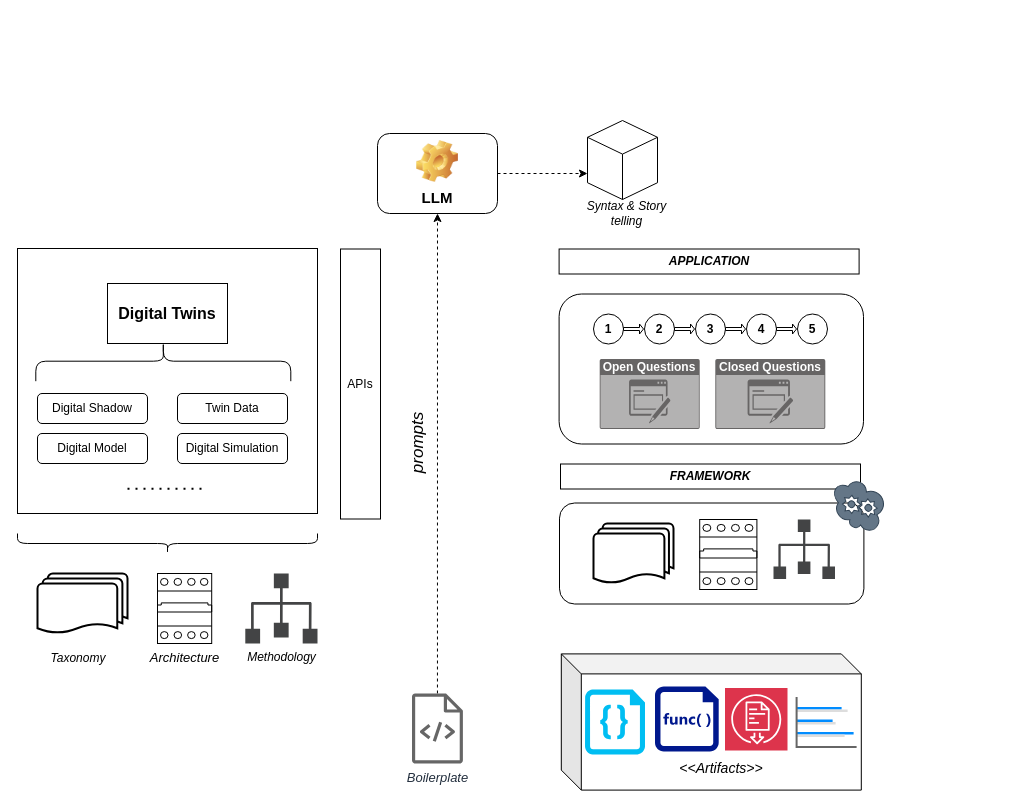
Before: drawio/mams/dd-twins/DDTwins_Architecture.drawio in scrodrig/Diagrams, a draw.io diagram. Source tidied: cells renumbered, new cells numbered last; positions are measured from the earlier drawing's top-left corner, leaving out a move shared by most shapes. Both pictures are drawn from the tidied source at 100%, with x=0, y=0 at pixel (17, 120).
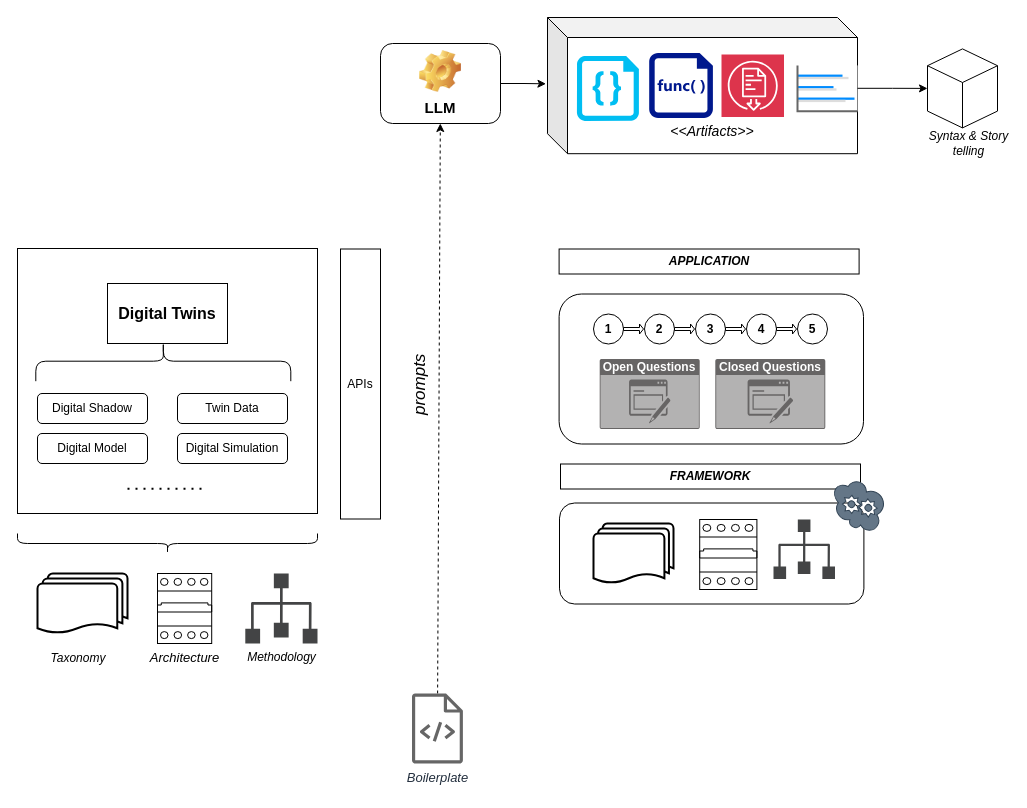
The same diagram, later.

Commit message:
Add artifacts to LLM

Change to the diagram source:
```diff
@@
-    <mxCell id="2" value="&lt;i&gt;&lt;br&gt;&lt;br&gt;&lt;br&gt;&lt;br&gt;&lt;br&gt;&lt;font style=&quot;font-size: 14px;&quot;&gt;&amp;lt;&amp;lt;Artifacts&amp;gt;&amp;gt;&lt;/font&gt;&lt;/i&gt;" style="shape=cube;whiteSpace=wrap;html=1;boundedLbl=1;backgroundOutline=1;darkOpacity=0.05;darkOpacity2=0.1;" parent="1" vertex="1">
-      <mxGeometry x="543.8" y="533.4" width="300" height="136.2" as="geometry" />
-    </mxCell>
@@
     <mxCell id="16" value="&lt;font style=&quot;font-size: 15px;&quot;&gt;LLM&lt;/font&gt;" style="label;whiteSpace=wrap;html=1;align=center;verticalAlign=bottom;spacingLeft=0;spacingBottom=4;imageAlign=center;imageVerticalAlign=top;image=img/clipart/Gear_128x128.png;" parent="1" vertex="1">
-      <mxGeometry x="360" y="13" width="120" height="80" as="geometry" />
+      <mxGeometry x="363" y="-77" width="120" height="80" as="geometry" />
     </mxCell>
@@
-    <mxCell id="22" style="endArrow=classic;html=1;rounded=0;exitX=1;exitY=0.5;exitDx=0;exitDy=0;dashed=1;" parent="1" edge="1" source="16">
-      <mxGeometry relative="1" as="geometry">
-        <mxPoint x="570" y="53" as="targetPoint" />
-      </mxGeometry>
-    </mxCell>
     <mxCell id="23" style="html=1;shape=mxgraph.basic.isocube;isoAngle=15;" parent="1" vertex="1">
-      <mxGeometry x="570" width="70" height="79" as="geometry" />
+      <mxGeometry x="910" y="-71.6" width="70" height="79" as="geometry" />
     </mxCell>
     <mxCell id="24" value="Syntax &amp;amp; Story telling" style="text;html=1;strokeColor=none;fillColor=none;align=center;verticalAlign=middle;whiteSpace=wrap;rounded=0;fontStyle=2;" parent="1" vertex="1">
-      <mxGeometry x="567.5" y="83" width="82.5" height="20" as="geometry" />
+      <mxGeometry x="910" y="13.2" width="82.5" height="20" as="geometry" />
     </mxCell>
@@
-    <mxCell id="45" style="verticalLabelPosition=bottom;html=1;verticalAlign=top;align=center;strokeColor=none;fillColor=#00BEF2;shape=mxgraph.azure.code_file;" parent="1" vertex="1">
-      <mxGeometry x="567.5" y="569" width="60" height="65" as="geometry" />
-    </mxCell>
-    <mxCell id="46" style="sketch=0;shadow=0;dashed=0;html=1;strokeColor=none;labelPosition=center;verticalLabelPosition=bottom;verticalAlign=top;align=center;fillColor=#00188D;shape=mxgraph.mscae.enterprise.code_file;" parent="1" vertex="1">
-      <mxGeometry x="637.5" y="566" width="63.7" height="65" as="geometry" />
-    </mxCell>
-    <mxCell id="47" style="sketch=0;fontColor=#232F3E;fillColor=#DD344C;strokeColor=#ffffff;dashed=0;verticalLabelPosition=bottom;verticalAlign=top;align=center;html=1;fontSize=12;fontStyle=0;shape=mxgraph.aws4.resourceIcon;resIcon=mxgraph.aws4.artifact;" parent="1" vertex="1">
-      <mxGeometry x="707.5" y="567.5" width="62.5" height="62.5" as="geometry" />
-    </mxCell>
-    <mxCell id="48" style="verticalLabelPosition=bottom;shadow=0;dashed=0;align=center;html=1;verticalAlign=top;strokeWidth=1;shape=mxgraph.mockup.graphics.barChart;strokeColor=none;strokeColor2=none;strokeColor3=#666666;fillColor2=#008cff;fillColor3=#dddddd;" parent="1" vertex="1">
-      <mxGeometry x="779.1" y="576.5" width="60" height="50" as="geometry" />
-    </mxCell>
+    <mxCell id="49" style="group;" parent="1" vertex="1">
+      <mxGeometry x="530" y="-103" width="320" height="136.2" as="geometry" />
+    </mxCell>
+    <mxCell id="2" value="&lt;i&gt;&lt;br&gt;&lt;br&gt;&lt;br&gt;&lt;br&gt;&lt;br&gt;&lt;font style=&quot;font-size: 14px;&quot;&gt;&amp;lt;&amp;lt;Artifacts&amp;gt;&amp;gt;&lt;/font&gt;&lt;/i&gt;" style="shape=cube;whiteSpace=wrap;html=1;boundedLbl=1;backgroundOutline=1;darkOpacity=0.05;darkOpacity2=0.1;" parent="49" vertex="1">
+      <mxGeometry width="310" height="136.2" as="geometry" />
+    </mxCell>
+    <mxCell id="50" style="verticalLabelPosition=bottom;html=1;verticalAlign=top;align=center;strokeColor=none;fillColor=#00BEF2;shape=mxgraph.azure.code_file;" parent="49" vertex="1">
+      <mxGeometry x="29.4" y="38.4" width="62" height="65" as="geometry" />
+    </mxCell>
+    <mxCell id="51" style="sketch=0;shadow=0;dashed=0;html=1;strokeColor=none;labelPosition=center;verticalLabelPosition=bottom;verticalAlign=top;align=center;fillColor=#00188D;shape=mxgraph.mscae.enterprise.code_file;" parent="49" vertex="1">
+      <mxGeometry x="101.7" y="35.4" width="63.7" height="65" as="geometry" />
+    </mxCell>
+    <mxCell id="52" style="sketch=0;fontColor=#232F3E;fillColor=#DD344C;strokeColor=#ffffff;dashed=0;verticalLabelPosition=bottom;verticalAlign=top;align=center;html=1;fontSize=12;fontStyle=0;shape=mxgraph.aws4.resourceIcon;resIcon=mxgraph.aws4.artifact;" parent="49" vertex="1">
+      <mxGeometry x="174" y="36.9" width="62.5" height="62.5" as="geometry" />
+    </mxCell>
+    <mxCell id="53" style="verticalLabelPosition=bottom;shadow=0;dashed=0;align=center;html=1;verticalAlign=top;strokeWidth=1;shape=mxgraph.mockup.graphics.barChart;strokeColor=none;strokeColor2=none;strokeColor3=#666666;fillColor2=#008cff;fillColor3=#dddddd;" parent="49" vertex="1">
+      <mxGeometry x="250" y="47.9" width="60" height="45.9" as="geometry" />
+    </mxCell>
+    <mxCell id="54" style="edgeStyle=orthogonalEdgeStyle;rounded=0;jettySize=auto;html=1;entryX=-0.005;entryY=0.487;entryDx=0;entryDy=0;entryPerimeter=0;" parent="1" edge="1" source="16" target="2">
+      <mxGeometry relative="1" as="geometry" />
+    </mxCell>
+    <mxCell id="55" style="edgeStyle=orthogonalEdgeStyle;rounded=0;jettySize=auto;html=1;" parent="1" edge="1" source="53" target="23">
+      <mxGeometry relative="1" as="geometry" />
+    </mxCell>
```
